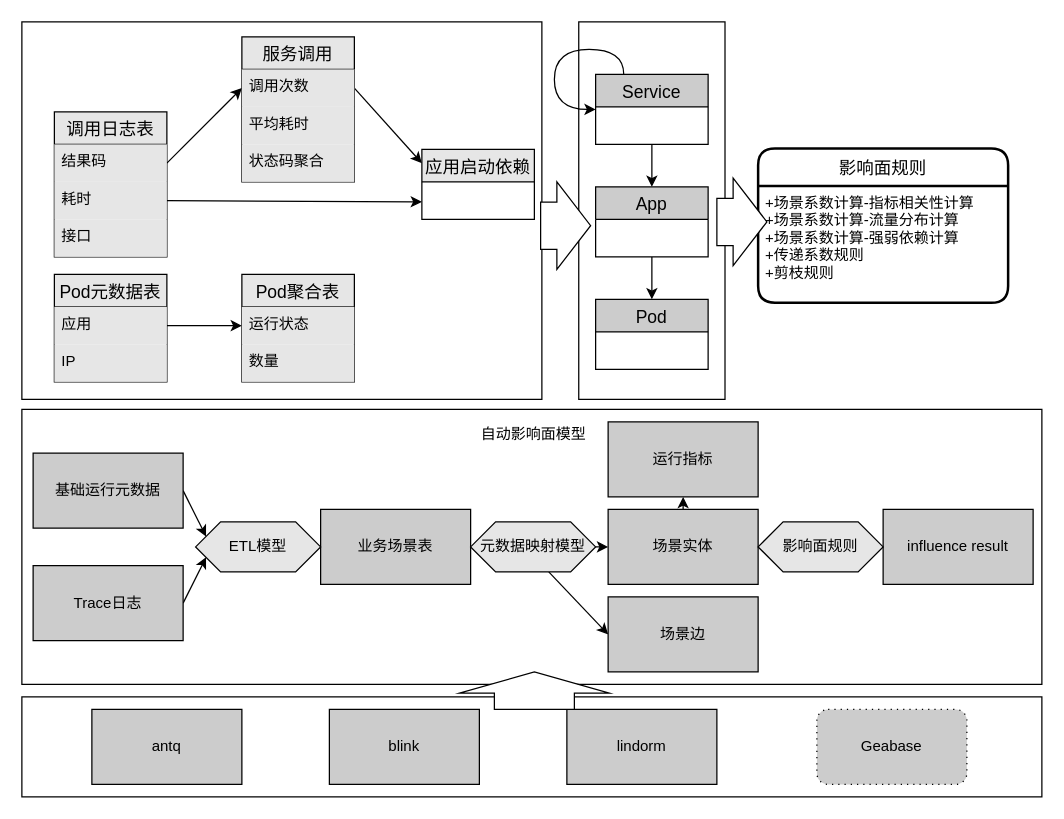
This is 蚂蚁金服/RMC/蚂蚁金服-RMC-[20200820]自动影响面技术架构.drawio from frankneu/draw.io, a draw.io file, before an edit. Source tidied: cells renumbered, new cells numbered last; positions are measured from the earlier drawing's top-left corner, leaving out a move shared by most shapes. Both pictures are drawn from the tidied source at 125%, with x=0, y=0 at pixel (21, 21).
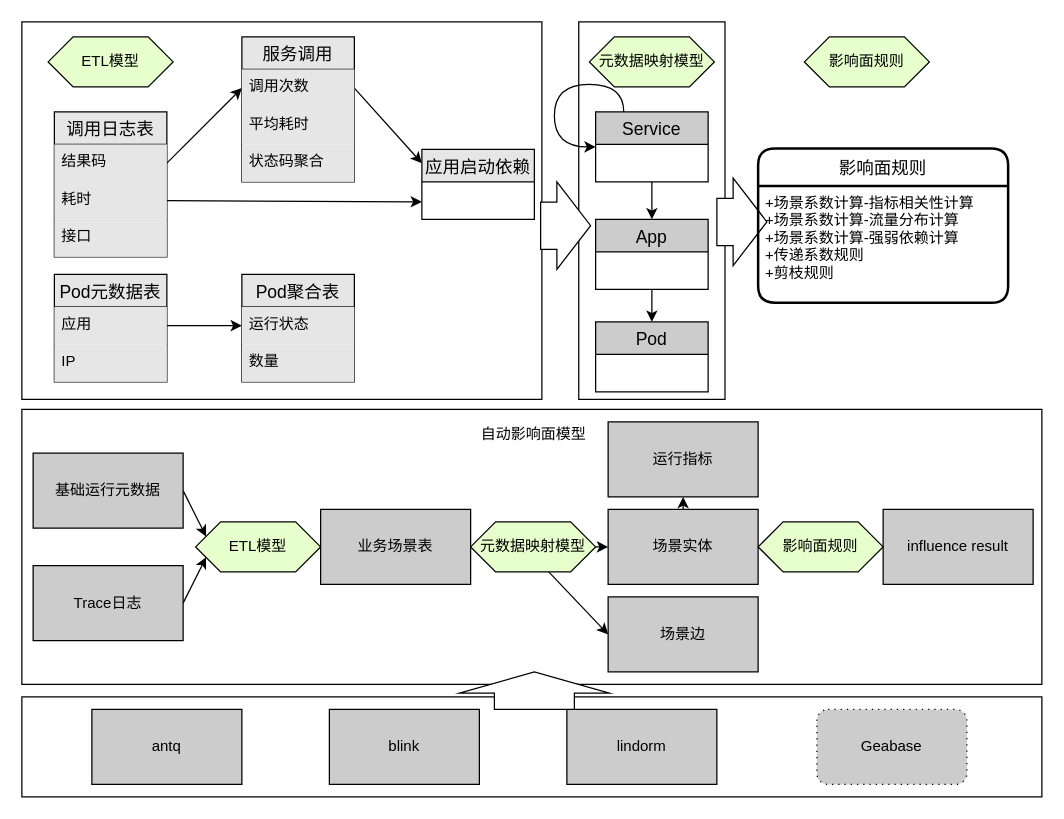
The same page after the edit.

Commit message (it also covers changes not shown here):
Update 蚂蚁金服-RMC-[20200820]自动影响面技术架构.drawio

What changed in the source:
```diff
@@
-    <mxCell id="17" value="&lt;span&gt;影响面规则&lt;/span&gt;" style="shape=hexagon;perimeter=hexagonPerimeter2;whiteSpace=wrap;html=1;fixedSize=1;fillColor=#E6E6E6;" parent="1" vertex="1">
+    <mxCell id="17" value="&lt;span&gt;影响面规则&lt;/span&gt;" style="shape=hexagon;perimeter=hexagonPerimeter2;whiteSpace=wrap;html=1;fixedSize=1;fillColor=#E6FFCC;" parent="1" vertex="1">
       <mxGeometry x="589" y="400" width="100" height="40" as="geometry" />
     </mxCell>
-    <mxCell id="18" value="&lt;span style=&quot;font-family: &amp;#34;helvetica&amp;#34;&quot;&gt;ETL模型&lt;/span&gt;" style="shape=hexagon;perimeter=hexagonPerimeter2;whiteSpace=wrap;html=1;fixedSize=1;fillColor=#E6E6E6;" parent="1" vertex="1">
+    <mxCell id="18" value="&lt;span style=&quot;font-family: &amp;#34;helvetica&amp;#34;&quot;&gt;ETL模型&lt;/span&gt;" style="shape=hexagon;perimeter=hexagonPerimeter2;whiteSpace=wrap;html=1;fixedSize=1;fillColor=#E6FFCC;" parent="1" vertex="1">
       <mxGeometry x="139" y="400" width="100" height="40" as="geometry" />
     </mxCell>
@@
-    <mxCell id="21" value="元数据映射模型" style="shape=hexagon;perimeter=hexagonPerimeter2;whiteSpace=wrap;html=1;fixedSize=1;fillColor=#E6E6E6;" parent="1" vertex="1">
+    <mxCell id="21" value="元数据映射模型" style="shape=hexagon;perimeter=hexagonPerimeter2;whiteSpace=wrap;html=1;fixedSize=1;fillColor=#E6FFCC;" parent="1" vertex="1">
       <mxGeometry x="359" y="400" width="100" height="40" as="geometry" />
     </mxCell>
@@
-    <mxCell id="33" style="edgeStyle=orthogonalEdgeStyle;rounded=0;orthogonalLoop=1;jettySize=auto;html=1;exitX=0.25;exitY=0;exitDx=0;exitDy=0;entryX=0;entryY=0.5;entryDx=0;entryDy=0;curved=1;" parent="1" edge="1" source="50" target="50">
+    <mxCell id="33" style="edgeStyle=orthogonalEdgeStyle;rounded=0;orthogonalLoop=1;jettySize=auto;html=1;exitX=0.25;exitY=0;exitDx=0;exitDy=0;curved=1;entryX=0;entryY=0.5;entryDx=0;entryDy=0;" parent="1" edge="1" source="50" target="50">
       <mxGeometry relative="1" as="geometry">
         <Array as="points">
-          <mxPoint x="482" y="22" />
-          <mxPoint x="426" y="22" />
-          <mxPoint x="426" y="70" />
+          <mxPoint x="482" y="50" />
+          <mxPoint x="426" y="50" />
+          <mxPoint x="426" y="100" />
         </Array>
       </mxGeometry>
     </mxCell>
@@
+    <mxCell id="55" style="html=1;shadow=0;dashed=0;align=center;verticalAlign=middle;shape=mxgraph.arrows2.arrow;dy=0.46;dx=27;notch=0;" parent="1" vertex="1">
+      <mxGeometry x="556" y="125" width="40" height="70" as="geometry" />
+    </mxCell>
+    <mxCell id="56" value="&lt;span style=&quot;font-family: &amp;#34;helvetica&amp;#34;&quot;&gt;ETL模型&lt;/span&gt;" style="shape=hexagon;perimeter=hexagonPerimeter2;whiteSpace=wrap;html=1;fixedSize=1;fillColor=#E6FFCC;" parent="1" vertex="1">
+      <mxGeometry x="21" y="12" width="100" height="40" as="geometry" />
+    </mxCell>
+    <mxCell id="57" value="元数据映射模型" style="shape=hexagon;perimeter=hexagonPerimeter2;whiteSpace=wrap;html=1;fixedSize=1;fillColor=#E6FFCC;" parent="1" vertex="1">
+      <mxGeometry x="454" y="12" width="100" height="40" as="geometry" />
+    </mxCell>
+    <mxCell id="58" value="&lt;span&gt;影响面规则&lt;/span&gt;" style="shape=hexagon;perimeter=hexagonPerimeter2;whiteSpace=wrap;html=1;fixedSize=1;fillColor=#E6FFCC;" parent="1" vertex="1">
+      <mxGeometry x="626" y="12" width="100" height="40" as="geometry" />
+    </mxCell>
@@
+    <mxCell id="53" value="影响面规则" style="swimlane;horizontal=1;startSize=30;rounded=1;fontSize=14;fontStyle=0;strokeWidth=2;shadow=0;dashed=0;align=center;" parent="1" vertex="1">
+      <mxGeometry x="589" y="101.2" width="200" height="123.5" as="geometry" />
+    </mxCell>
+    <mxCell id="54" value="+场景系数计算-指标相关性计算&#10;+场景系数计算-流量分布计算&#10;+场景系数计算-强弱依赖计算&#10;+传递系数规则&#10;+剪枝规则" style="align=left;strokeColor=none;fillColor=none;spacingLeft=4;fontSize=12;verticalAlign=top;" parent="53" vertex="1">
+      <mxGeometry y="30" width="200" height="93.5" as="geometry" />
+    </mxCell>
+    <mxCell id="52" value="Pod" style="swimlane;fontStyle=0;horizontal=1;startSize=26;align=center;fontSize=14;fillColor=#CCCCCC;" parent="1" vertex="1">
+      <mxGeometry x="459" y="240" width="90" height="56" as="geometry" />
+    </mxCell>
     <mxCell id="50" value="Service" style="swimlane;fontStyle=0;horizontal=1;startSize=26;align=center;fontSize=14;fillColor=#CCCCCC;" parent="1" vertex="1">
-      <mxGeometry x="459" y="42" width="90" height="56" as="geometry" />
+      <mxGeometry x="459" y="72" width="90" height="56" as="geometry" />
     </mxCell>
     <mxCell id="51" value="App" style="swimlane;fontStyle=0;horizontal=1;startSize=26;align=center;fontSize=14;fillColor=#CCCCCC;" parent="1" vertex="1">
-      <mxGeometry x="459" y="132" width="90" height="56" as="geometry" />
+      <mxGeometry x="459" y="158" width="90" height="56" as="geometry" />
     </mxCell>
-    <mxCell id="52" value="Pod" style="swimlane;fontStyle=0;horizontal=1;startSize=26;align=center;fontSize=14;fillColor=#CCCCCC;" parent="1" vertex="1">
-      <mxGeometry x="459" y="222" width="90" height="56" as="geometry" />
-    </mxCell>
-    <mxCell id="53" value="影响面规则" style="swimlane;horizontal=1;startSize=30;rounded=1;fontSize=14;fontStyle=0;strokeWidth=2;shadow=0;dashed=0;align=center;" parent="1" vertex="1">
-      <mxGeometry x="589" y="101.2" width="200" height="123.5" as="geometry" />
-    </mxCell>
-    <mxCell id="54" value="+场景系数计算-指标相关性计算&#10;+场景系数计算-流量分布计算&#10;+场景系数计算-强弱依赖计算&#10;+传递系数规则&#10;+剪枝规则" style="align=left;strokeColor=none;fillColor=none;spacingLeft=4;fontSize=12;verticalAlign=top;" parent="53" vertex="1">
-      <mxGeometry y="30" width="200" height="93.5" as="geometry" />
-    </mxCell>
-    <mxCell id="55" style="html=1;shadow=0;dashed=0;align=center;verticalAlign=middle;shape=mxgraph.arrows2.arrow;dy=0.46;dx=27;notch=0;" parent="1" vertex="1">
-      <mxGeometry x="556" y="125" width="40" height="70" as="geometry" />
-    </mxCell>
```
